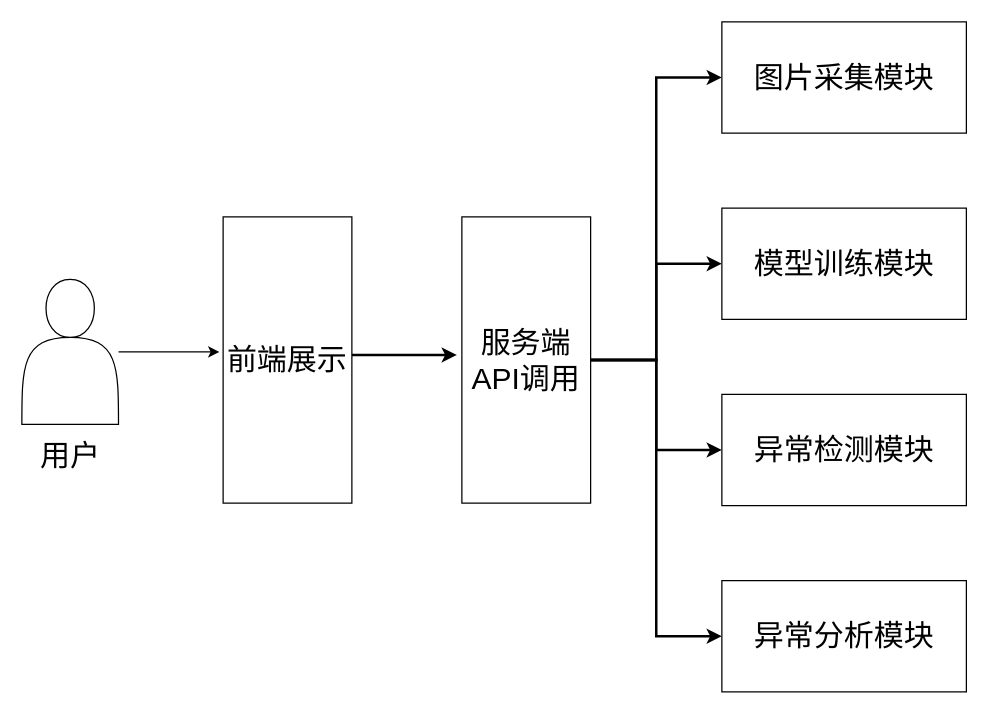
Above: 毕业论文系统结构图1.drawio in Pumpkin9841/pictures (draw.io), before the change. Source tidied: cells renumbered, new cells numbered last; positions are measured from the earlier drawing's top-left corner, leaving out a move shared by most shapes. Both pictures are drawn from the tidied source at 125%, with x=0, y=0 at pixel (21, -45).
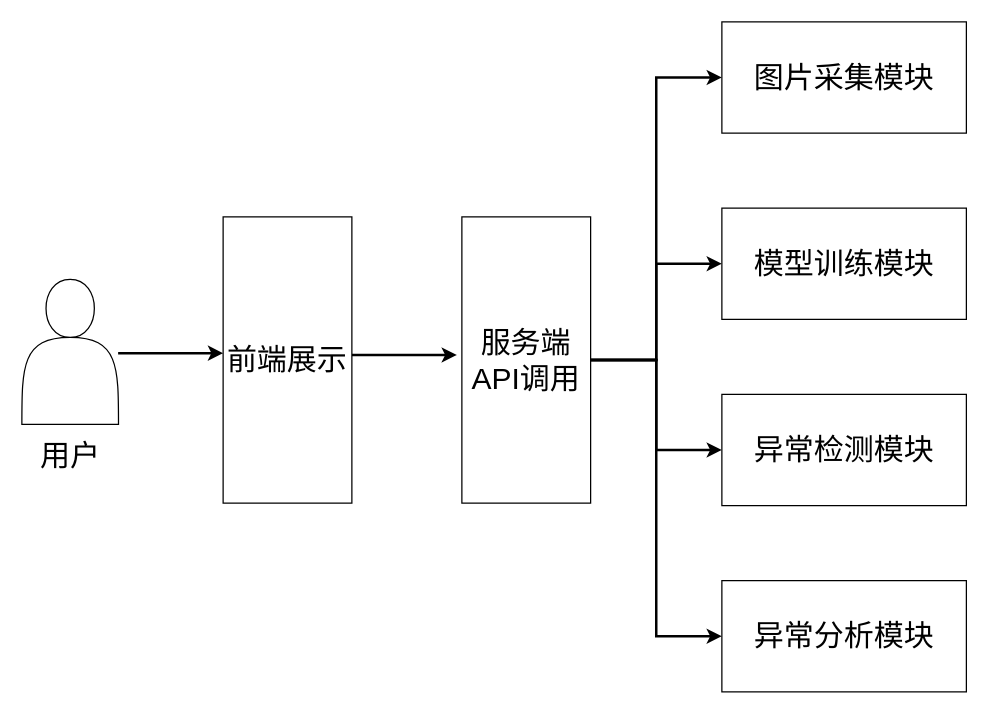
The same diagram, later.

Commit message (it also covers changes not shown here):
更新毕业论文系统结构图1.drawio

Unchanged cells that the change refers to:
```xml
<mxCell id="12" style="group;strokeWidth=2;" parent="1" vertex="1">
  <mxGeometry y="259" width="77.3" height="157" as="geometry" />
</mxCell>
<mxCell id="14" style="shape=actor;whiteSpace=wrap;html=1;" parent="12" vertex="1">
  <mxGeometry width="77.3" height="116" as="geometry" />
</mxCell>
```

The edit, as a diff of the source:
```diff
@@
-    <mxCell id="13" style="edgeStyle=orthogonalEdgeStyle;rounded=0;jettySize=auto;html=1;" parent="12" edge="1" source="14">
-      <mxGeometry relative="1" as="geometry">
-        <mxPoint x="158" y="58" as="targetPoint" />
-      </mxGeometry>
-    </mxCell>
@@
+    <mxCell id="25" style="edgeStyle=orthogonalEdgeStyle;rounded=0;orthogonalLoop=1;jettySize=auto;html=1;strokeWidth=2;" parent="1" edge="1">
+      <mxGeometry relative="1" as="geometry">
+        <mxPoint x="77" y="318" as="sourcePoint" />
+        <mxPoint x="161" y="318" as="targetPoint" />
+      </mxGeometry>
+    </mxCell>
```
